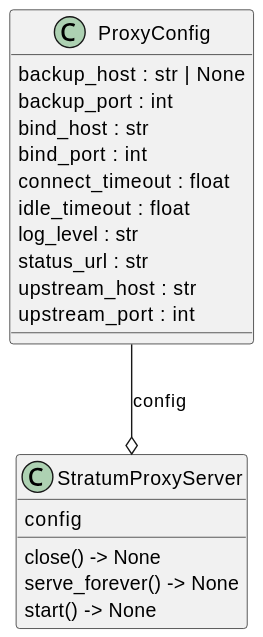
Before: docs/diagrams/python-classes.puml.svg, a diagram exported from PlantUML (casonk/bit-byte-block).
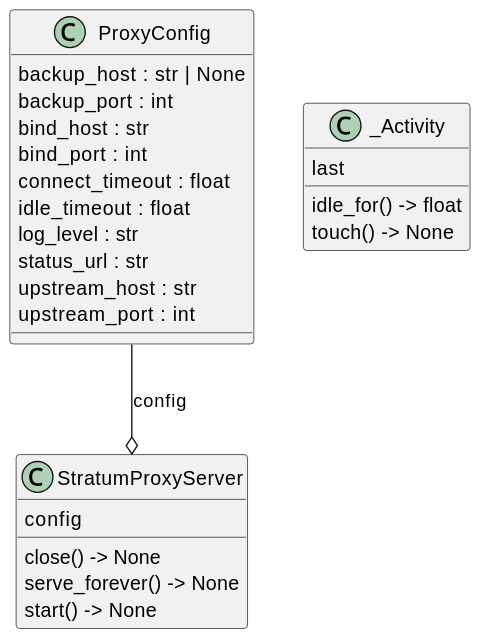
The same diagram one commit later.

Change to the diagram source:
```diff
@@ -18,5 +18,10 @@
   serve_forever() -> None
   start() -> None
 }
+class "_Activity" as bit_byte_block.proxy._Activity {
+  last
+  idle_for() -> float
+  touch() -> None
+}
 bit_byte_block.config.ProxyConfig --o bit_byte_block.proxy.StratumProxyServer : config
 @enduml
```
